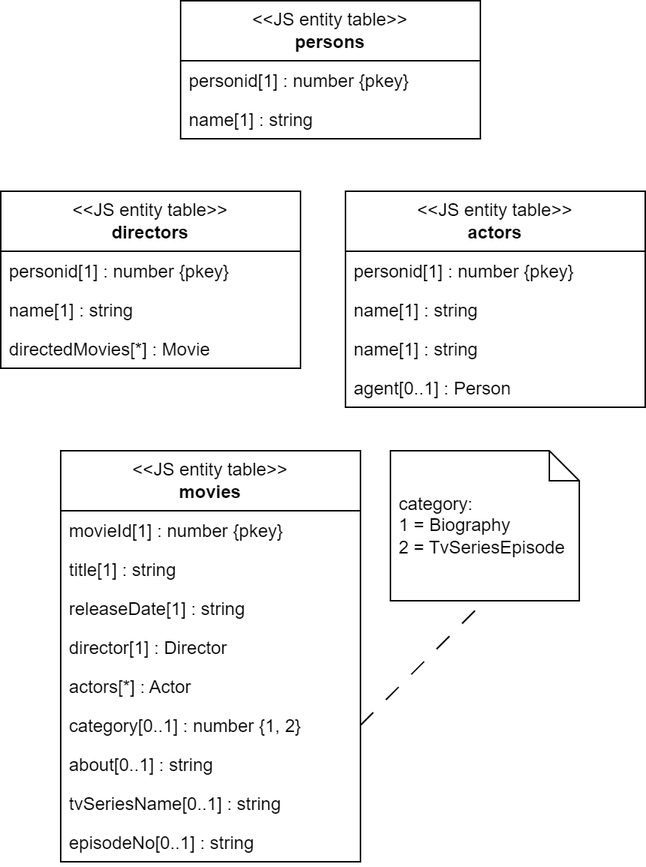
Above: docs/assignment6/Entity_table_model.png in troppdus/webapp23-troppa (draw.io), before the change. Source tidied: cells renumbered, new cells last; positions are measured from the earlier drawing's top-left corner, leaving out a move shared by most shapes.
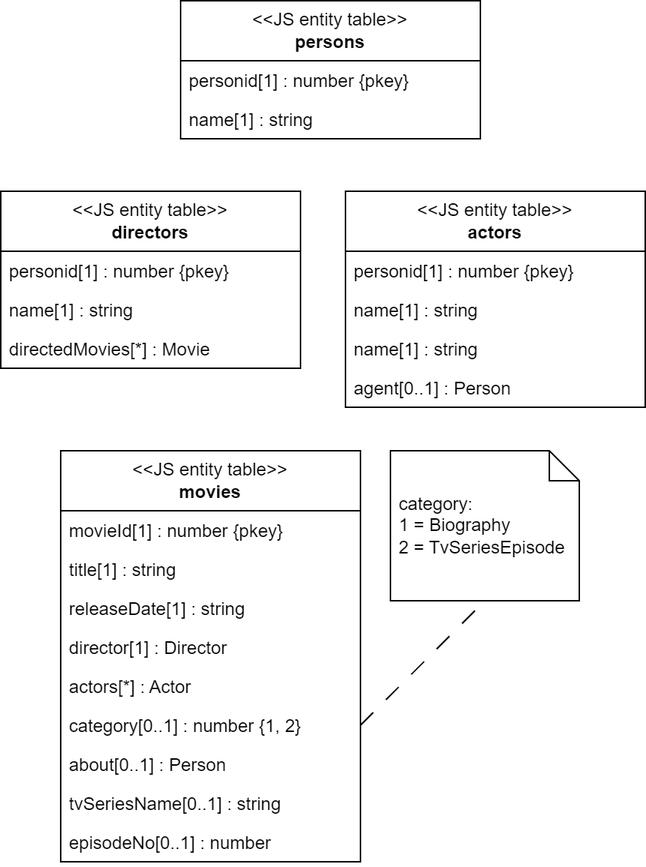
After the commit.

Change to the diagram source:
```diff
@@ -23,13 +23,13 @@
     <mxCell id="8" value="category[0..1] : number {1, 2}" style="text;strokeColor=none;fillColor=none;align=left;verticalAlign=top;spacingLeft=4;spacingRight=4;overflow=hidden;points=[[0,0.5],[1,0.5]];portConstraint=eastwest;" parent="2" vertex="1">
       <mxGeometry y="170" width="200" height="26" as="geometry" />
     </mxCell>
-    <mxCell id="9" value="about[0..1] : string" style="text;strokeColor=none;fillColor=none;align=left;verticalAlign=top;spacingLeft=4;spacingRight=4;overflow=hidden;" parent="2" vertex="1">
+    <mxCell id="9" value="about[0..1] : Person" style="text;strokeColor=none;fillColor=none;align=left;verticalAlign=top;spacingLeft=4;spacingRight=4;overflow=hidden;" parent="2" vertex="1">
       <mxGeometry y="196" width="200" height="26" as="geometry" />
     </mxCell>
     <mxCell id="10" value="tvSeriesName[0..1] : string" style="text;strokeColor=none;fillColor=none;align=left;verticalAlign=top;spacingLeft=4;spacingRight=4;overflow=hidden;" parent="2" vertex="1">
       <mxGeometry y="222" width="200" height="26" as="geometry" />
     </mxCell>
-    <mxCell id="11" value="episodeNo[0..1] : string" style="text;strokeColor=none;fillColor=none;align=left;verticalAlign=top;spacingLeft=4;spacingRight=4;overflow=hidden;" parent="2" vertex="1">
+    <mxCell id="11" value="episodeNo[0..1] : number" style="text;strokeColor=none;fillColor=none;align=left;verticalAlign=top;spacingLeft=4;spacingRight=4;overflow=hidden;" parent="2" vertex="1">
       <mxGeometry y="248" width="200" height="26" as="geometry" />
     </mxCell>
     <mxCell id="12" value="&amp;lt;&amp;lt;JS entity table&amp;gt;&amp;gt;&lt;br&gt;&lt;b&gt;persons&lt;/b&gt;" style="swimlane;fontStyle=0;horizontal=1;startSize=40;fillColor=none;whiteSpace=wrap;html=1;" parent="1" vertex="1">
```
